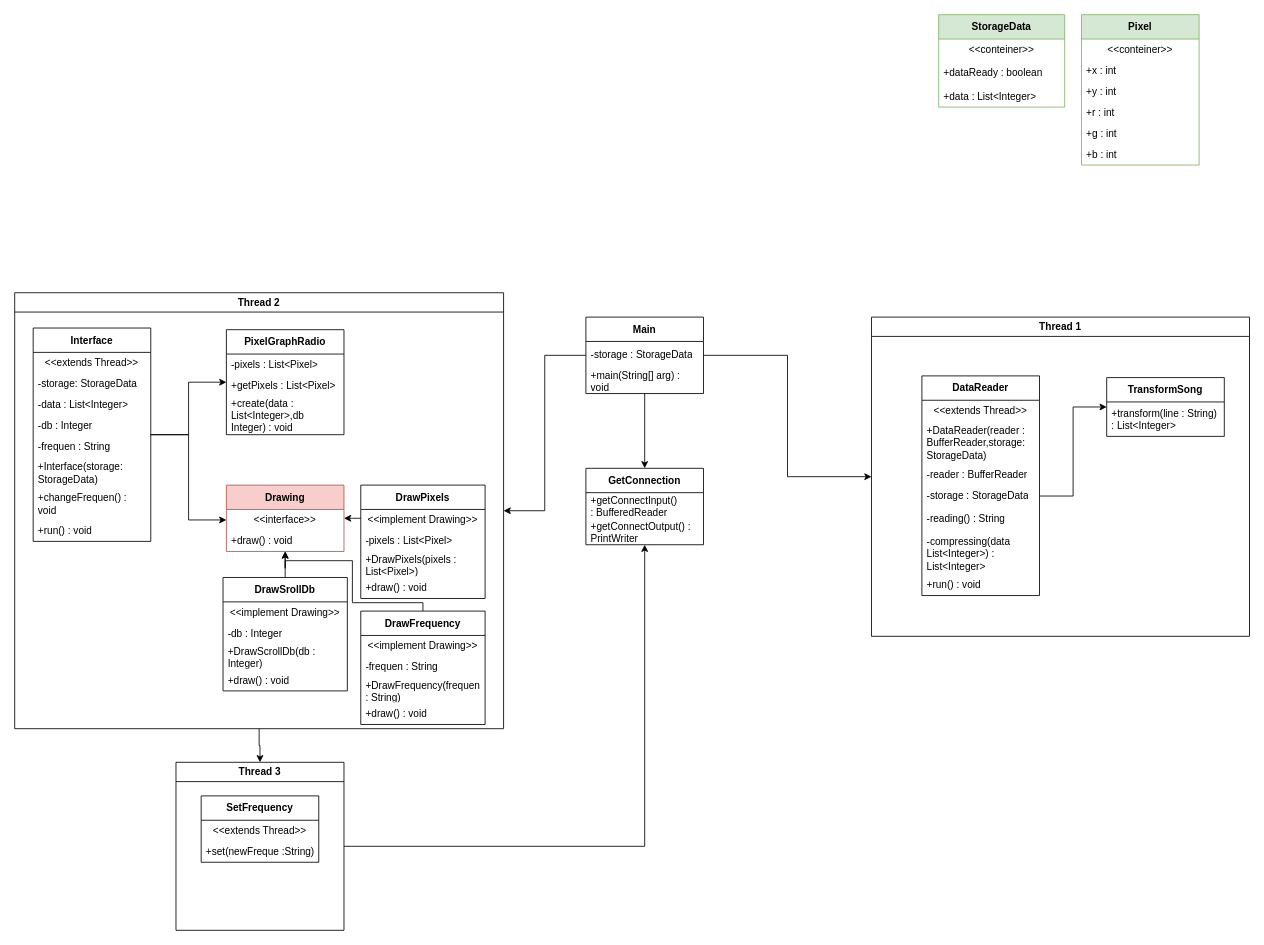
Above: diagram/class_diagram.drawio in Myhajl-o/naftasdr (draw.io), before the change. Source tidied: cells renumbered, new cells numbered last; positions are measured from the earlier drawing's top-left corner, leaving out a move shared by most shapes. Both pictures are drawn from the tidied source at 84%, with x=0, y=0 at pixel (14, 14).
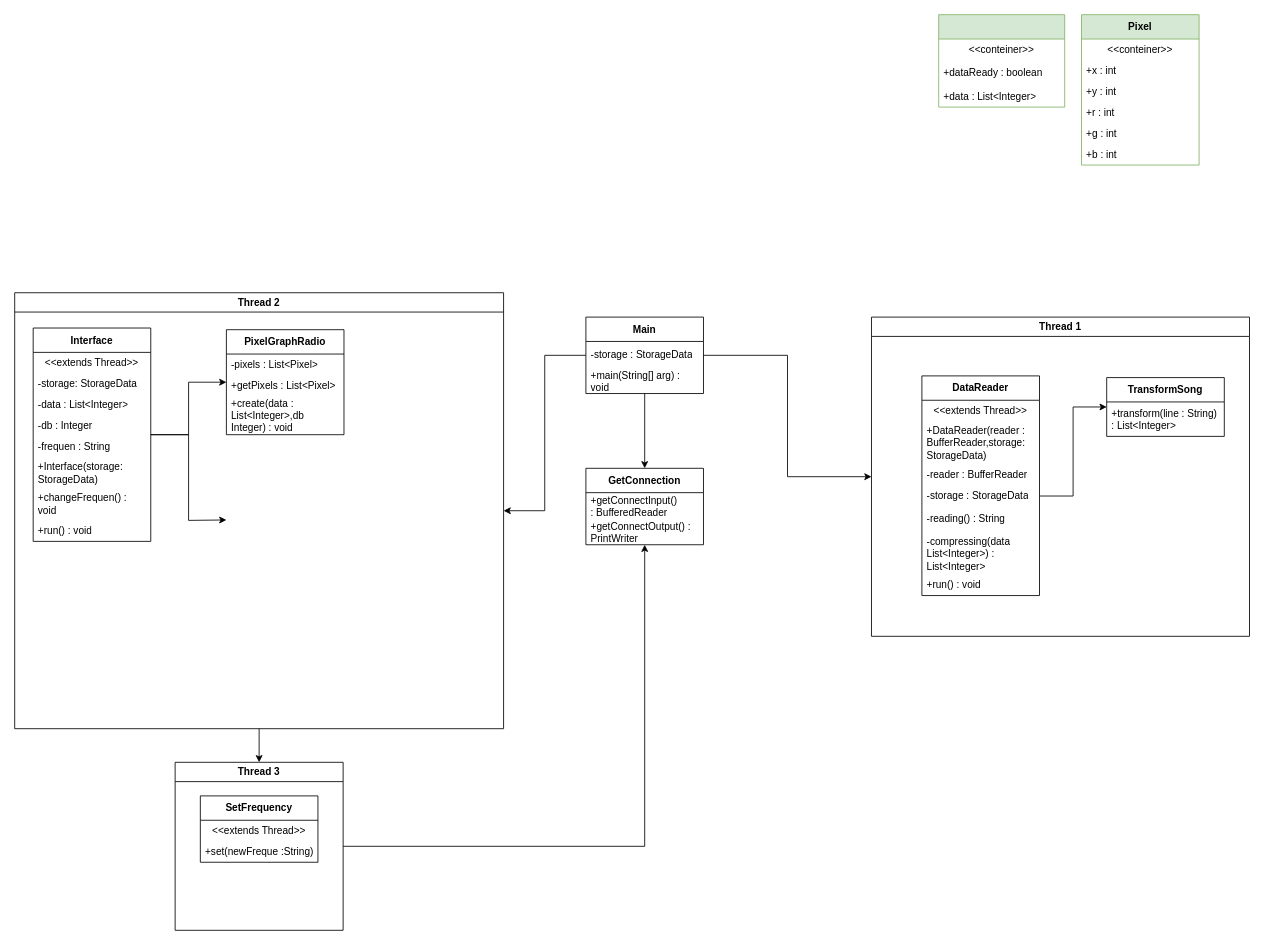
Above is the later version.

The change refers to these unchanged cells:
```xml
<mxCell id="35" value="Thread 2" style="swimlane;whiteSpace=wrap;html=1;" parent="1" vertex="1">
  <mxGeometry y="331" width="582" height="519" as="geometry" />
</mxCell>
<mxCell id="38" value="Interface" style="swimlane;fontStyle=1;align=center;verticalAlign=middle;horizontal=1;startSize=29;html=1;whiteSpace=wrap;" parent="35" vertex="1">
  <mxGeometry x="22" y="42" width="140" height="254" as="geometry" />
</mxCell>
```

The edit, as a diff of the source:
```diff
@@
-    <mxCell id="27" value="StorageData" style="swimlane;fontStyle=1;align=center;verticalAlign=middle;horizontal=1;startSize=29;html=1;whiteSpace=wrap;fillColor=#d5e8d4;strokeColor=#82b366;" parent="1" vertex="1">
+    <mxCell id="27" value="&lt;br&gt;&lt;div&gt;&lt;br&gt;&lt;/div&gt;" style="swimlane;fontStyle=1;align=center;verticalAlign=middle;horizontal=1;startSize=29;html=1;whiteSpace=wrap;fillColor=#d5e8d4;strokeColor=#82b366;" parent="1" vertex="1">
       <mxGeometry x="1100" width="150" height="110" as="geometry" />
     </mxCell>
@@
-    <mxCell id="37" style="edgeStyle=orthogonalEdgeStyle;rounded=0;jettySize=auto;html=1;entryX=0;entryY=0.5;entryDx=0;entryDy=0;" parent="35" edge="1" source="38" target="52">
-      <mxGeometry relative="1" as="geometry" />
+    <mxCell id="37" style="edgeStyle=orthogonalEdgeStyle;rounded=0;jettySize=auto;html=1;entryX=0;entryY=0.5;entryDx=0;entryDy=0;" parent="35" edge="1" source="38">
+      <mxGeometry relative="1" as="geometry">
+        <mxPoint x="252" y="270.5" as="targetPoint" />
+      </mxGeometry>
     </mxCell>
@@
-    <mxCell id="51" value="Drawing" style="swimlane;fontStyle=1;align=center;verticalAlign=middle;horizontal=1;startSize=29;html=1;whiteSpace=wrap;fillColor=#f8cecc;strokeColor=#b85450;" parent="35" vertex="1">
-      <mxGeometry x="252" y="229" width="140" height="79" as="geometry" />
-    </mxCell>
-    <mxCell id="52" value="&amp;lt;&amp;lt;interface&amp;gt;&amp;gt;" style="text;html=1;strokeColor=none;fillColor=none;align=center;verticalAlign=middle;spacingLeft=4;spacingRight=4;overflow=hidden;points=[[0,0.5],[1,0.5]];portConstraint=eastwest;whiteSpace=wrap;" parent="51" vertex="1">
-      <mxGeometry y="29" width="140" height="25" as="geometry" />
-    </mxCell>
-    <mxCell id="53" value="+draw() : void" style="text;html=1;strokeColor=none;fillColor=none;align=left;verticalAlign=middle;spacingLeft=4;spacingRight=4;overflow=hidden;whiteSpace=wrap;" parent="51" vertex="1">
-      <mxGeometry y="54" width="140" height="25" as="geometry" />
-    </mxCell>
-    <mxCell id="54" style="edgeStyle=orthogonalEdgeStyle;rounded=0;jettySize=auto;html=1;entryX=0.5;entryY=1;entryDx=0;entryDy=0;" parent="35" edge="1" source="55" target="51">
-      <mxGeometry relative="1" as="geometry" />
-    </mxCell>
-    <mxCell id="55" value="DrawSrollDb" style="swimlane;fontStyle=1;align=center;verticalAlign=middle;horizontal=1;startSize=29;html=1;whiteSpace=wrap;" parent="35" vertex="1">
-      <mxGeometry x="248" y="339" width="148" height="135" as="geometry" />
-    </mxCell>
-    <mxCell id="56" value="&amp;lt;&amp;lt;implement Drawing&amp;gt;&amp;gt;" style="text;html=1;strokeColor=none;fillColor=none;align=center;verticalAlign=middle;spacingLeft=4;spacingRight=4;overflow=hidden;whiteSpace=wrap;" parent="55" vertex="1">
-      <mxGeometry y="29" width="148" height="25" as="geometry" />
-    </mxCell>
-    <mxCell id="57" value="-db : Integer" style="text;html=1;strokeColor=none;fillColor=none;align=left;verticalAlign=middle;spacingLeft=4;spacingRight=4;overflow=hidden;whiteSpace=wrap;" parent="55" vertex="1">
-      <mxGeometry y="54" width="148" height="25" as="geometry" />
-    </mxCell>
-    <mxCell id="58" value="+DrawScrollDb(db : Integer)" style="text;html=1;strokeColor=none;fillColor=none;align=left;verticalAlign=middle;spacingLeft=4;spacingRight=4;overflow=hidden;whiteSpace=wrap;" parent="55" vertex="1">
-      <mxGeometry y="79" width="148" height="31" as="geometry" />
-    </mxCell>
-    <mxCell id="59" value="+draw() : void" style="text;html=1;strokeColor=none;fillColor=none;align=left;verticalAlign=middle;spacingLeft=4;spacingRight=4;overflow=hidden;whiteSpace=wrap;" parent="55" vertex="1">
-      <mxGeometry y="110" width="148" height="25" as="geometry" />
-    </mxCell>
-    <mxCell id="60" style="edgeStyle=orthogonalEdgeStyle;rounded=0;jettySize=auto;html=1;entryX=1;entryY=0.5;entryDx=0;entryDy=0;" parent="35" edge="1" source="61" target="51">
-      <mxGeometry relative="1" as="geometry">
-        <Array as="points">
-          <mxPoint x="402" y="268.5" />
-          <mxPoint x="402" y="268.5" />
-        </Array>
-      </mxGeometry>
-    </mxCell>
-    <mxCell id="61" value="DrawPixels" style="swimlane;fontStyle=1;align=center;verticalAlign=middle;horizontal=1;startSize=29;html=1;whiteSpace=wrap;" parent="35" vertex="1">
-      <mxGeometry x="412" y="229" width="148" height="135" as="geometry" />
-    </mxCell>
-    <mxCell id="62" value="&amp;lt;&amp;lt;implement Drawing&amp;gt;&amp;gt;" style="text;html=1;strokeColor=none;fillColor=none;align=center;verticalAlign=middle;spacingLeft=4;spacingRight=4;overflow=hidden;whiteSpace=wrap;" parent="61" vertex="1">
-      <mxGeometry y="29" width="148" height="25" as="geometry" />
-    </mxCell>
-    <mxCell id="63" value="-pixels : List&amp;lt;Pixel&amp;gt;" style="text;html=1;strokeColor=none;fillColor=none;align=left;verticalAlign=middle;spacingLeft=4;spacingRight=4;overflow=hidden;whiteSpace=wrap;" parent="61" vertex="1">
-      <mxGeometry y="54" width="148" height="25" as="geometry" />
-    </mxCell>
-    <mxCell id="64" value="+DrawPixels(pixels : List&amp;lt;Pixel&amp;gt;)" style="text;html=1;strokeColor=none;fillColor=none;align=left;verticalAlign=middle;spacingLeft=4;spacingRight=4;overflow=hidden;whiteSpace=wrap;" parent="61" vertex="1">
-      <mxGeometry y="79" width="148" height="31" as="geometry" />
-    </mxCell>
-    <mxCell id="65" value="+draw() : void" style="text;html=1;strokeColor=none;fillColor=none;align=left;verticalAlign=middle;spacingLeft=4;spacingRight=4;overflow=hidden;whiteSpace=wrap;" parent="61" vertex="1">
-      <mxGeometry y="110" width="148" height="25" as="geometry" />
-    </mxCell>
-    <mxCell id="66" style="edgeStyle=orthogonalEdgeStyle;rounded=0;jettySize=auto;html=1;entryX=0.5;entryY=1;entryDx=0;entryDy=0;" parent="35" edge="1" source="67" target="51">
-      <mxGeometry relative="1" as="geometry">
-        <Array as="points">
-          <mxPoint x="486" y="369" />
-          <mxPoint x="402" y="369" />
-          <mxPoint x="402" y="319" />
-          <mxPoint x="322" y="319" />
-        </Array>
-      </mxGeometry>
-    </mxCell>
-    <mxCell id="67" value="DrawFrequency" style="swimlane;fontStyle=1;align=center;verticalAlign=middle;horizontal=1;startSize=29;html=1;whiteSpace=wrap;" parent="35" vertex="1">
-      <mxGeometry x="412" y="379" width="148" height="135" as="geometry" />
-    </mxCell>
-    <mxCell id="68" value="&amp;lt;&amp;lt;implement Drawing&amp;gt;&amp;gt;" style="text;html=1;strokeColor=none;fillColor=none;align=center;verticalAlign=middle;spacingLeft=4;spacingRight=4;overflow=hidden;whiteSpace=wrap;" parent="67" vertex="1">
-      <mxGeometry y="29" width="148" height="25" as="geometry" />
-    </mxCell>
-    <mxCell id="69" value="-frequen : String" style="text;html=1;strokeColor=none;fillColor=none;align=left;verticalAlign=middle;spacingLeft=4;spacingRight=4;overflow=hidden;whiteSpace=wrap;" parent="67" vertex="1">
-      <mxGeometry y="54" width="148" height="25" as="geometry" />
-    </mxCell>
-    <mxCell id="70" value="+DrawFrequency(frequen : String)" style="text;html=1;strokeColor=none;fillColor=none;align=left;verticalAlign=middle;spacingLeft=4;spacingRight=4;overflow=hidden;whiteSpace=wrap;" parent="67" vertex="1">
-      <mxGeometry y="79" width="148" height="31" as="geometry" />
-    </mxCell>
-    <mxCell id="71" value="+draw() : void" style="text;html=1;strokeColor=none;fillColor=none;align=left;verticalAlign=middle;spacingLeft=4;spacingRight=4;overflow=hidden;whiteSpace=wrap;" parent="67" vertex="1">
-      <mxGeometry y="110" width="148" height="25" as="geometry" />
-    </mxCell>
@@
     <mxCell id="73" value="Thread 3" style="swimlane;whiteSpace=wrap;html=1;" parent="1" vertex="1">
-      <mxGeometry x="192" y="890" width="200" height="200" as="geometry" />
+      <mxGeometry x="191" y="890" width="200" height="200" as="geometry" />
     </mxCell>
```
